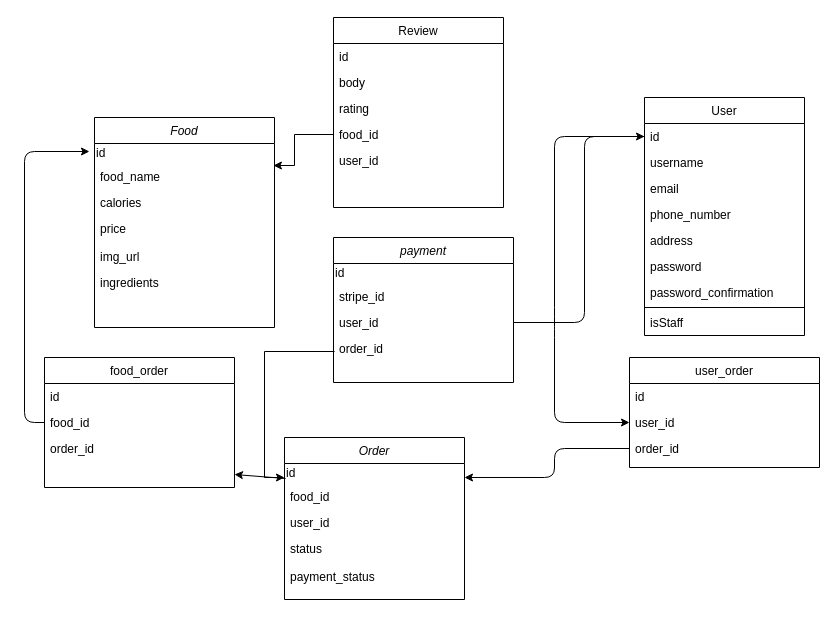
KenChukanit/PM_Tool keeps this draw.io diagram as Untitled Diagram.drawio. Above is the earlier version. Source tidied: cells renumbered, new cells numbered last; positions are measured from the earlier drawing's top-left corner, leaving out a move shared by most shapes. Both pictures are drawn from the tidied source at 100%, with x=0, y=0 at pixel (24, 17).
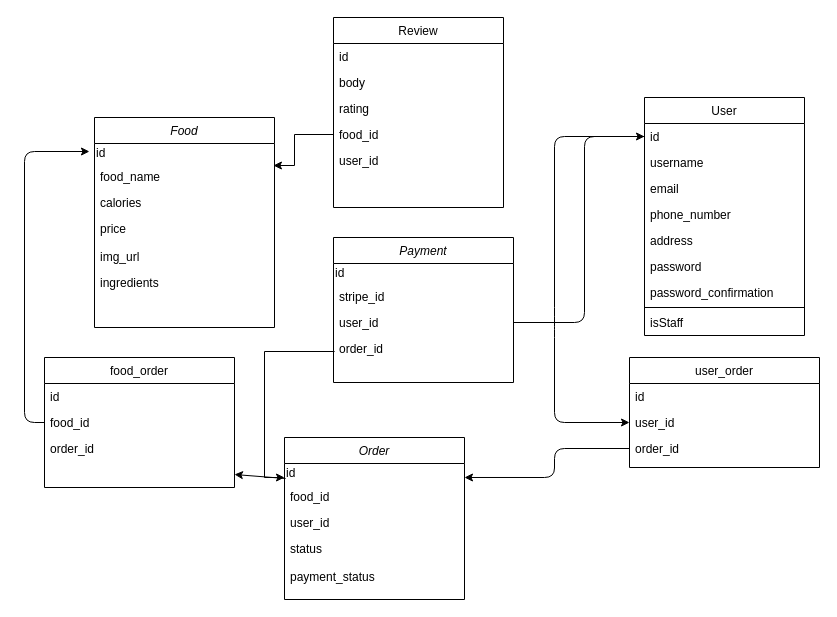
Above is the later version.

Diff of the diagram source:
```diff
@@
-    <mxCell id="31" value="payment" style="swimlane;fontStyle=2;align=center;verticalAlign=top;horizontal=1;startSize=26;rounded=0;shadow=0;strokeWidth=1;" parent="1" vertex="1">
+    <mxCell id="31" value="Payment" style="swimlane;fontStyle=2;align=center;verticalAlign=top;horizontal=1;startSize=26;rounded=0;shadow=0;strokeWidth=1;" parent="1" vertex="1">
       <mxGeometry x="309" y="220" width="180" height="145" as="geometry" />
     </mxCell>
```
